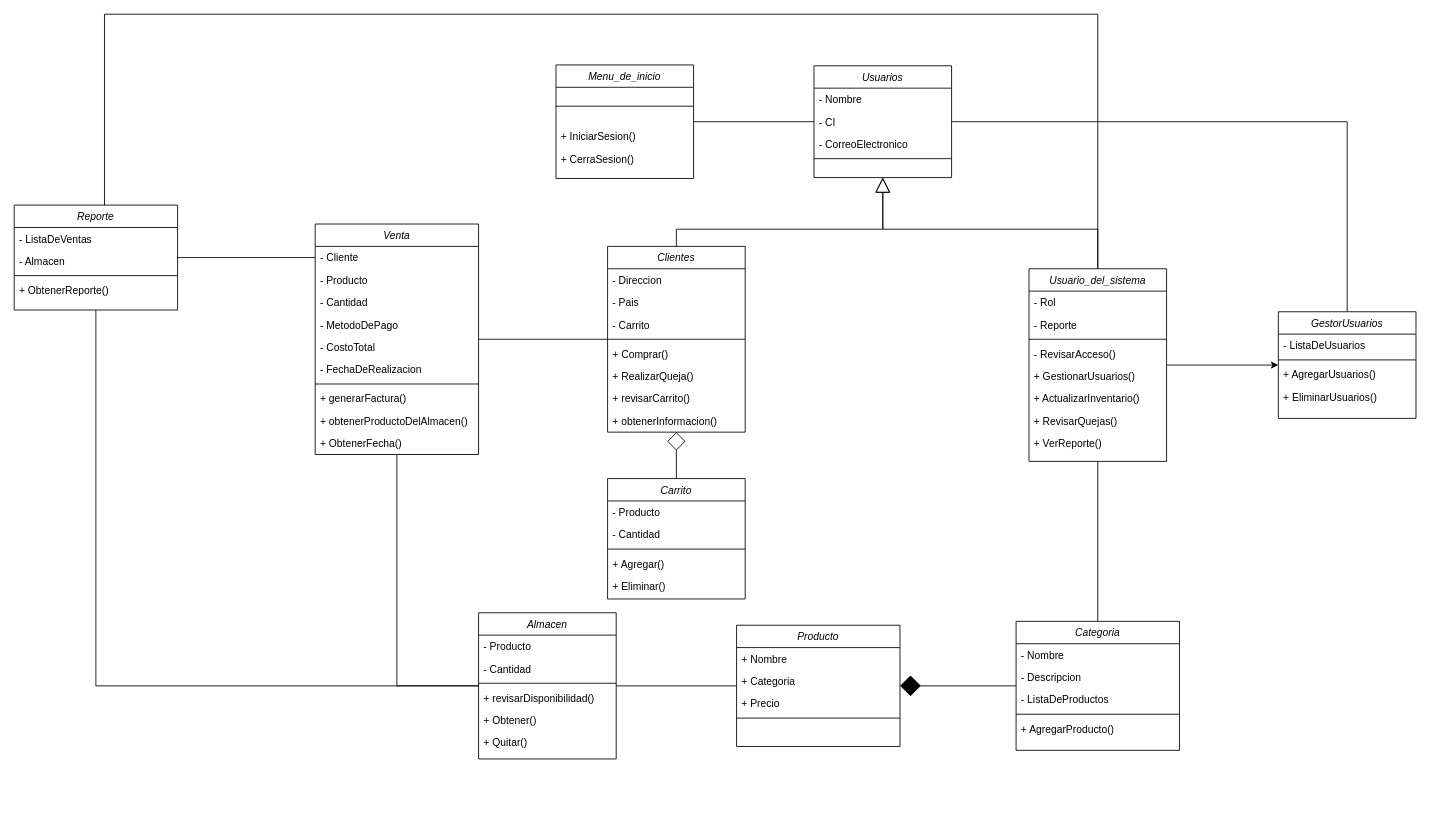
JorgeMartinezSanchez/Progra_II keeps this draw.io diagram as DDC Tienda.drawio. Above is the earlier version. Source tidied: cells renumbered, new cells numbered last; positions are measured from the earlier drawing's top-left corner, leaving out a move shared by most shapes. Both pictures are drawn from the tidied source at 86%, with x=0, y=0 at pixel (14, 14).
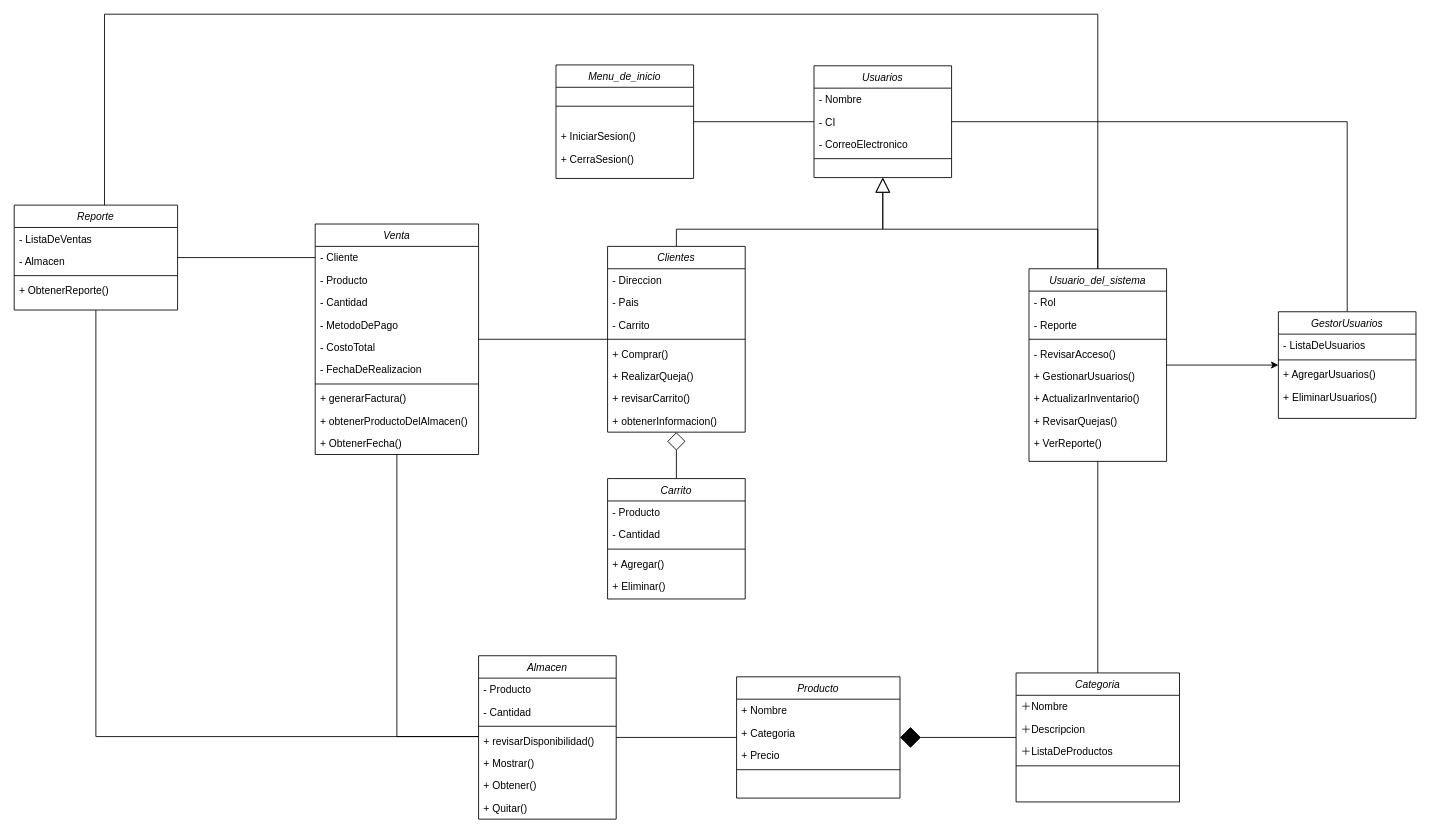
The same diagram, later.

Unchanged cells that the change refers to:
```xml
<mxCell id="48" value="Venta" style="swimlane;fontStyle=2;align=center;verticalAlign=top;horizontal=1;startSize=26;rounded=0;shadow=0;strokeWidth=1;" parent="1" vertex="1">
  <mxGeometry x="350" y="244" width="190" height="268" as="geometry" />
</mxCell>
<mxCell id="72" value="Reporte" style="swimlane;fontStyle=2;align=center;verticalAlign=top;horizontal=1;startSize=26;rounded=0;shadow=0;strokeWidth=1;" parent="1" vertex="1">
  <mxGeometry y="222" width="190" height="122" as="geometry" />
</mxCell>
```

Diff of the diagram source:
```diff
@@
     <mxCell id="39" style="edgeStyle=orthogonalEdgeStyle;rounded=0;jettySize=auto;html=1;endArrow=none;startFill=0;" parent="1" edge="1" source="41" target="48">
       <mxGeometry relative="1" as="geometry">
         <Array as="points">
-          <mxPoint x="445" y="781" />
+          <mxPoint x="445" y="840" />
         </Array>
       </mxGeometry>
     </mxCell>
     <mxCell id="40" style="edgeStyle=orthogonalEdgeStyle;rounded=0;jettySize=auto;html=1;endArrow=none;startFill=0;entryX=0.5;entryY=1;entryDx=0;entryDy=0;" parent="1" edge="1" source="41" target="72">
-      <mxGeometry relative="1" as="geometry" />
+      <mxGeometry relative="1" as="geometry">
+        <Array as="points">
+          <mxPoint x="95" y="840" />
+        </Array>
+      </mxGeometry>
     </mxCell>
     <mxCell id="41" value="Almacen" style="swimlane;fontStyle=2;align=center;verticalAlign=top;horizontal=1;startSize=26;rounded=0;shadow=0;strokeWidth=1;" parent="1" vertex="1">
-      <mxGeometry x="540" y="696" width="160" height="170" as="geometry" />
+      <mxGeometry x="540" y="746" width="160" height="190" as="geometry" />
     </mxCell>
@@
+    <mxCell id="88" value="+ Mostrar()" style="text;align=left;verticalAlign=top;spacingLeft=4;spacingRight=4;overflow=hidden;rounded=0;shadow=0;html=0;" parent="41" vertex="1">
+      <mxGeometry y="112" width="160" height="26" as="geometry" />
+    </mxCell>
     <mxCell id="46" value="+ Obtener()" style="text;align=left;verticalAlign=top;spacingLeft=4;spacingRight=4;overflow=hidden;rounded=0;shadow=0;html=0;" parent="41" vertex="1">
-      <mxGeometry y="112" width="160" height="26" as="geometry" />
+      <mxGeometry y="138" width="160" height="26" as="geometry" />
     </mxCell>
     <mxCell id="47" value="+ Quitar()" style="text;align=left;verticalAlign=top;spacingLeft=4;spacingRight=4;overflow=hidden;rounded=0;shadow=0;html=0;" parent="41" vertex="1">
-      <mxGeometry y="138" width="160" height="26" as="geometry" />
+      <mxGeometry y="164" width="160" height="26" as="geometry" />
     </mxCell>
@@
     <mxCell id="59" value="Categoria" style="swimlane;fontStyle=2;align=center;verticalAlign=top;horizontal=1;startSize=26;rounded=0;shadow=0;strokeWidth=1;" parent="1" vertex="1">
-      <mxGeometry x="1165" y="706" width="190" height="150" as="geometry" />
+      <mxGeometry x="1165" y="766" width="190" height="150" as="geometry" />
     </mxCell>
-    <mxCell id="60" value="- Nombre" style="text;align=left;verticalAlign=top;spacingLeft=4;spacingRight=4;overflow=hidden;" parent="59" vertex="1">
+    <mxCell id="60" value="＋Nombre" style="text;align=left;verticalAlign=top;spacingLeft=4;spacingRight=4;overflow=hidden;" parent="59" vertex="1">
       <mxGeometry y="26" width="190" height="26" as="geometry" />
     </mxCell>
-    <mxCell id="61" value="- Descripcion" style="text;align=left;verticalAlign=top;spacingLeft=4;spacingRight=4;overflow=hidden;rounded=0;shadow=0;html=0;" parent="59" vertex="1">
+    <mxCell id="61" value="＋Descripcion" style="text;align=left;verticalAlign=top;spacingLeft=4;spacingRight=4;overflow=hidden;rounded=0;shadow=0;html=0;" parent="59" vertex="1">
       <mxGeometry y="52" width="190" height="26" as="geometry" />
     </mxCell>
-    <mxCell id="62" value="- ListaDeProductos" style="text;align=left;verticalAlign=top;spacingLeft=4;spacingRight=4;overflow=hidden;rounded=0;shadow=0;html=0;" parent="59" vertex="1">
+    <mxCell id="62" value="＋ListaDeProductos" style="text;align=left;verticalAlign=top;spacingLeft=4;spacingRight=4;overflow=hidden;rounded=0;shadow=0;html=0;" parent="59" vertex="1">
       <mxGeometry y="78" width="190" height="26" as="geometry" />
     </mxCell>
@@
-    <mxCell id="64" value="+ AgregarProducto()" style="text;align=left;verticalAlign=top;spacingLeft=4;spacingRight=4;overflow=hidden;rounded=0;shadow=0;html=0;" parent="59" vertex="1">
-      <mxGeometry y="112" width="190" height="26" as="geometry" />
-    </mxCell>
@@
     <mxCell id="66" value="Producto" style="swimlane;fontStyle=2;align=center;verticalAlign=top;horizontal=1;startSize=26;rounded=0;shadow=0;strokeWidth=1;" parent="1" vertex="1">
-      <mxGeometry x="840" y="710.5" width="190" height="141" as="geometry" />
+      <mxGeometry x="840" y="770.5" width="190" height="141" as="geometry" />
     </mxCell>
```
